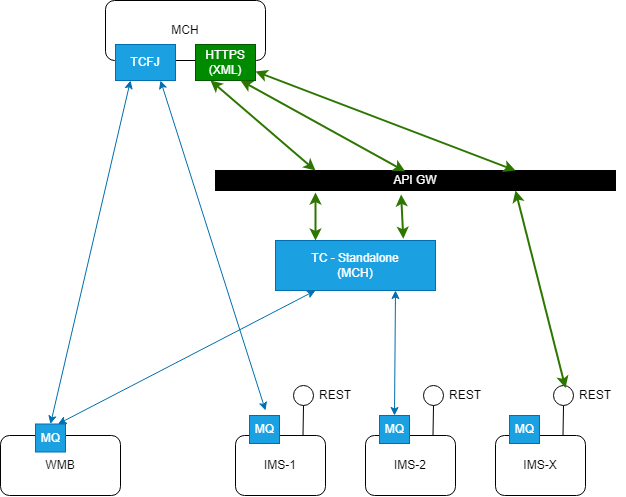
This is TIF-Exit_conectivity(MCH).drawio.png from MichalHasekRB/my-Diagrams, a draw.io export, as it was before one commit. Source tidied: cells renumbered, new cells last; positions are measured from the earlier drawing's top-left corner, leaving out a move shared by most shapes.
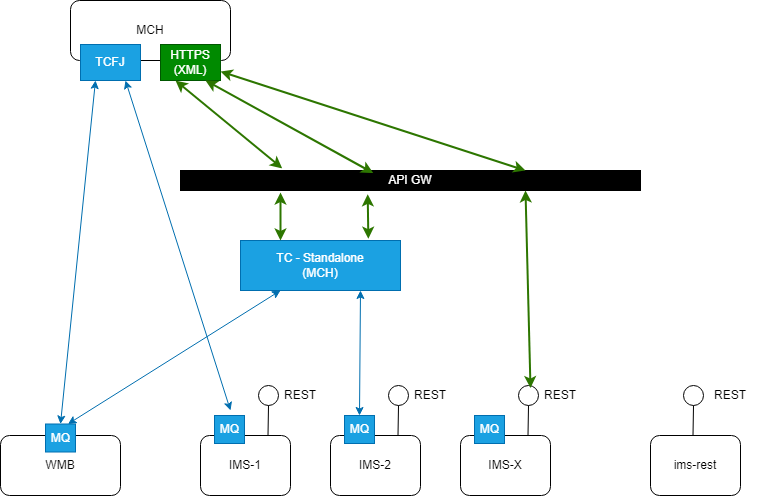
The same file after the commit.

The edit, as a diff of the source:
```diff
@@ -6,10 +6,10 @@
       <mxGeometry x="105" width="160" height="60" as="geometry" />
     </mxCell>
     <mxCell id="3" value="WMB" style="rounded=1;whiteSpace=wrap;html=1;" parent="1" vertex="1">
-      <mxGeometry y="435" width="120" height="60" as="geometry" />
+      <mxGeometry x="35" y="435" width="120" height="60" as="geometry" />
     </mxCell>
     <mxCell id="4" value="API GW" style="rounded=0;whiteSpace=wrap;html=1;fillColor=#000000;fontColor=#ffffff;" parent="1" vertex="1">
-      <mxGeometry x="215" y="170" width="400" height="20" as="geometry" />
+      <mxGeometry x="215" y="170" width="460" height="20" as="geometry" />
     </mxCell>
     <mxCell id="5" style="group;" parent="1" vertex="1">
       <mxGeometry x="235" y="380" width="130" height="115" as="geometry" />
@@ -66,7 +66,7 @@
       <mxGeometry relative="1" as="geometry" />
     </mxCell>
     <mxCell id="23" value="MQ" style="html=1;rounded=0;flipH=0;flipV=0;direction=west;fillColor=#1ba1e2;fontColor=#ffffff;strokeColor=#006EAF;" parent="1" vertex="1">
-      <mxGeometry x="35" y="423.5" width="30" height="28" as="geometry" />
+      <mxGeometry x="80" y="423.5" width="30" height="28" as="geometry" />
     </mxCell>
     <mxCell id="24" value="TCFJ" style="rounded=0;whiteSpace=wrap;html=1;fillColor=#1ba1e2;fontColor=#ffffff;strokeColor=#006EAF;" parent="1" vertex="1">
       <mxGeometry x="115" y="44" width="60" height="36" as="geometry" />
@@ -80,15 +80,13 @@
     <mxCell id="27" value="HTTPS (XML)" style="rounded=0;whiteSpace=wrap;html=1;fillColor=#008a00;fontColor=#ffffff;strokeColor=#005700;" parent="1" vertex="1">
       <mxGeometry x="195" y="44" width="60" height="36" as="geometry" />
     </mxCell>
-    <mxCell id="28" style="endArrow=classic;startArrow=classic;html=1;rounded=0;entryX=0.25;entryY=1;entryDx=0;entryDy=0;exitX=0.25;exitY=0;exitDx=0;exitDy=0;fillColor=#60a917;strokeColor=#2D7600;strokeWidth=2;" parent="1" edge="1" source="4" target="27">
+    <mxCell id="28" style="endArrow=classic;startArrow=classic;html=1;rounded=0;entryX=0.25;entryY=1;entryDx=0;entryDy=0;exitX=0.221;exitY=-0.108;exitDx=0;exitDy=0;fillColor=#60a917;strokeColor=#2D7600;strokeWidth=2;exitPerimeter=0;" parent="1" edge="1" source="4" target="27">
       <mxGeometry relative="1" as="geometry" />
     </mxCell>
-    <mxCell id="29" style="endArrow=classic;startArrow=classic;html=1;rounded=0;exitX=0;exitY=0.25;exitDx=0;exitDy=0;fillColor=#60a917;strokeColor=#2D7600;strokeWidth=2;" parent="1" edge="1" source="21">
-      <mxGeometry relative="1" as="geometry">
-        <mxPoint x="515" y="190" as="targetPoint" />
-      </mxGeometry>
+    <mxCell id="29" style="endArrow=classic;startArrow=classic;html=1;rounded=0;exitX=0;exitY=0.25;exitDx=0;exitDy=0;fillColor=#60a917;strokeColor=#2D7600;strokeWidth=2;entryX=0.75;entryY=1;entryDx=0;entryDy=0;" parent="1" edge="1" source="21" target="4">
+      <mxGeometry relative="1" as="geometry" />
     </mxCell>
-    <mxCell id="30" style="endArrow=classic;startArrow=classic;html=1;rounded=0;entryX=0.75;entryY=1;entryDx=0;entryDy=0;exitX=0.474;exitY=0.04;exitDx=0;exitDy=0;fillColor=#60a917;strokeColor=#2D7600;strokeWidth=2;exitPerimeter=0;" parent="1" edge="1" source="4" target="27">
+    <mxCell id="30" style="endArrow=classic;startArrow=classic;html=1;rounded=0;entryX=0.75;entryY=1;entryDx=0;entryDy=0;exitX=0.419;exitY=0.124;exitDx=0;exitDy=0;fillColor=#60a917;strokeColor=#2D7600;strokeWidth=2;exitPerimeter=0;" parent="1" edge="1" source="4" target="27">
       <mxGeometry relative="1" as="geometry" />
     </mxCell>
     <mxCell id="31" style="endArrow=classic;startArrow=classic;html=1;rounded=0;exitX=0.25;exitY=0;exitDx=0;exitDy=0;fillColor=#60a917;strokeColor=#2D7600;strokeWidth=2;" parent="1" edge="1" source="25">
@@ -102,7 +100,7 @@
     <mxCell id="33" style="endArrow=classic;startArrow=classic;html=1;rounded=0;entryX=1;entryY=0.75;entryDx=0;entryDy=0;exitX=0.75;exitY=0;exitDx=0;exitDy=0;fillColor=#60a917;strokeColor=#2D7600;strokeWidth=2;" parent="1" edge="1" source="4" target="27">
       <mxGeometry relative="1" as="geometry" />
     </mxCell>
-    <mxCell id="34" style="endArrow=classic;startArrow=classic;html=1;rounded=0;entryX=0.464;entryY=1.198;entryDx=0;entryDy=0;exitX=0.799;exitY=-0.035;exitDx=0;exitDy=0;exitPerimeter=0;fillColor=#60a917;strokeColor=#2D7600;strokeWidth=2;entryPerimeter=0;" parent="1" edge="1" source="25" target="4">
+    <mxCell id="34" style="endArrow=classic;startArrow=classic;html=1;rounded=0;entryX=0.407;entryY=1.189;entryDx=0;entryDy=0;exitX=0.799;exitY=-0.035;exitDx=0;exitDy=0;exitPerimeter=0;fillColor=#60a917;strokeColor=#2D7600;strokeWidth=2;entryPerimeter=0;" parent="1" edge="1" source="25" target="4">
       <mxGeometry relative="1" as="geometry" />
     </mxCell>
     <mxCell id="35" style="endArrow=classic;startArrow=classic;html=1;rounded=0;entryX=0.75;entryY=1;entryDx=0;entryDy=0;fillColor=#1ba1e2;strokeColor=#006EAF;exitX=0.5;exitY=1;exitDx=0;exitDy=0;" parent="1" edge="1" source="13" target="25">
@@ -113,5 +111,22 @@
         <mxPoint x="265" y="410" as="sourcePoint" />
       </mxGeometry>
     </mxCell>
+    <mxCell id="37" style="group;" parent="1" vertex="1">
+      <mxGeometry x="685" y="380" width="110" height="115" as="geometry" />
+    </mxCell>
+    <mxCell id="38" value="ims-rest" style="rounded=1;whiteSpace=wrap;html=1;" parent="37" vertex="1">
+      <mxGeometry y="55" width="90" height="60" as="geometry" />
+    </mxCell>
+    <mxCell id="39" style="ellipse;whiteSpace=wrap;html=1;" parent="37" vertex="1">
+      <mxGeometry x="33" y="5" width="20" height="20" as="geometry" />
+    </mxCell>
+    <mxCell id="40" value="REST" style="text;html=1;align=center;verticalAlign=middle;whiteSpace=wrap;rounded=0;" parent="37" vertex="1">
+      <mxGeometry x="50" width="60" height="30" as="geometry" />
+    </mxCell>
+    <mxCell id="41" style="endArrow=none;html=1;rounded=0;exitX=0.75;exitY=0;exitDx=0;exitDy=0;entryX=0.5;entryY=1;entryDx=0;entryDy=0;" parent="37" edge="1" target="39">
+      <mxGeometry relative="1" as="geometry">
+        <mxPoint x="42.5" y="55" as="sourcePoint" />
+      </mxGeometry>
+    </mxCell>
   </root>
 </mxGraphModel>
```
